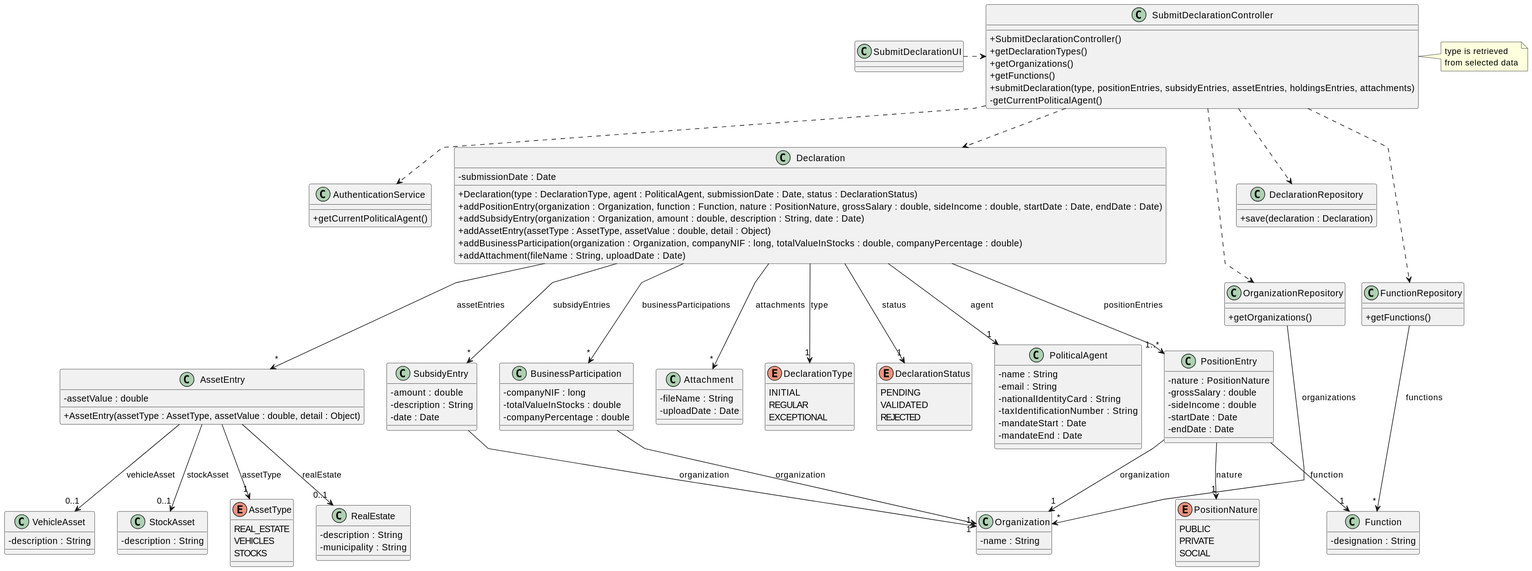
The PlantUML diagram docs/system-documentation/US06/03.design/svg/US06-CD.svg in brunodspinto/crystal-clear-platform, before a commit.
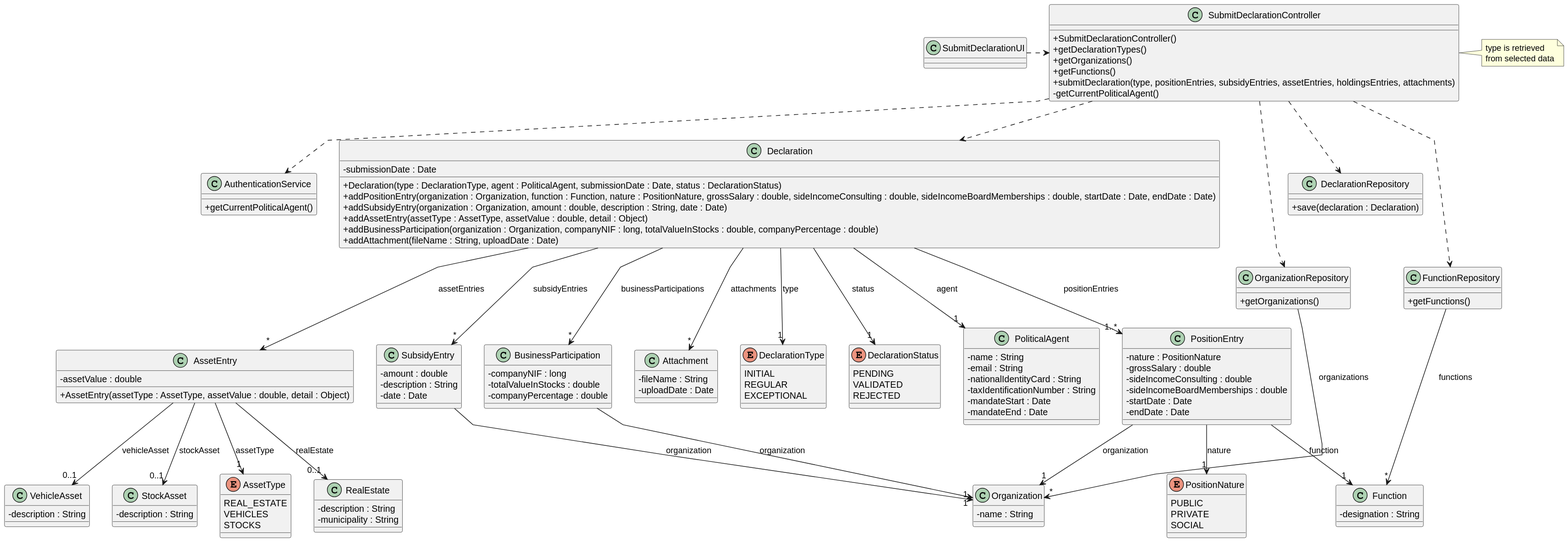
Above is the later version.

Commit message:
US06 - split PositionEntry sideIncome #7

Change to the diagram source:
```diff
@@ -44,7 +44,7 @@
 class Declaration {
     - submissionDate : Date
     + Declaration(type : DeclarationType, agent : PoliticalAgent, submissionDate : Date, status : DeclarationStatus)
-    + addPositionEntry(organization : Organization, function : Function, nature : PositionNature, grossSalary : double, sideIncome : double, startDate : Date, endDate : Date)
+    + addPositionEntry(organization : Organization, function : Function, nature : PositionNature, grossSalary : double, sideIncomeConsulting : double, sideIncomeBoardMemberships : double, startDate : Date, endDate : Date)
     + addSubsidyEntry(organization : Organization, amount : double, description : String, date : Date)
     + addAssetEntry(assetType : AssetType, assetValue : double, detail : Object)
     + addBusinessParticipation(organization : Organization, companyNIF : long, totalValueInStocks : double, companyPercentage : double)
@@ -54,7 +54,8 @@
 class PositionEntry {
     - nature : PositionNature
     - grossSalary : double
-    - sideIncome : double
+    - sideIncomeConsulting : double
+    - sideIncomeBoardMemberships : double
     - startDate : Date
     - endDate : Date
 }
```
